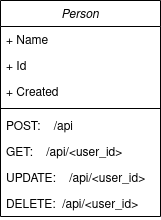
Above: HNGx2UML.drawio.png in phurhard/HNGx2 (draw.io), before the change. Source tidied: cells renumbered, new cells last; positions are measured from the earlier drawing's top-left corner, leaving out a move shared by most shapes.
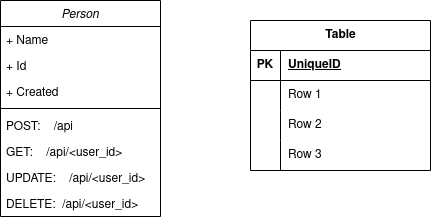
The same file after the commit.

Diff of the diagram source:
```diff
@@ -29,5 +29,44 @@
     <mxCell id="10" value="DELETE:  /api/&lt;user_id&gt;" style="text;align=left;verticalAlign=top;spacingLeft=4;spacingRight=4;overflow=hidden;" parent="2" vertex="1">
       <mxGeometry y="190" width="160" height="26" as="geometry" />
     </mxCell>
+    <mxCell id="11" value="Table" style="shape=table;startSize=30;rowLines=0;fontStyle=1;align=center;html=1;" parent="1" vertex="1">
+      <mxGeometry x="250" y="20" width="180" height="150" as="geometry" />
+    </mxCell>
+    <mxCell id="12" style="shape=tableRow;horizontal=0;startSize=0;swimlaneHead=0;swimlaneBody=0;fillColor=none;top=0;left=0;right=0;bottom=1;" parent="11" vertex="1">
+      <mxGeometry y="30" width="180" height="30" as="geometry" />
+    </mxCell>
+    <mxCell id="13" value="PK" style="shape=partialRectangle;fillColor=none;top=0;left=0;bottom=0;right=0;fontStyle=1;overflow=hidden;whiteSpace=wrap;html=1;" parent="12" vertex="1">
+      <mxGeometry width="30" height="30" as="geometry" />
+    </mxCell>
+    <mxCell id="14" value="UniqueID" style="shape=partialRectangle;fillColor=none;top=0;left=0;bottom=0;right=0;align=left;spacingLeft=6;fontStyle=5;overflow=hidden;whiteSpace=wrap;html=1;" parent="12" vertex="1">
+      <mxGeometry x="30" width="150" height="30" as="geometry" />
+    </mxCell>
+    <mxCell id="15" style="shape=tableRow;horizontal=0;startSize=0;swimlaneHead=0;swimlaneBody=0;fillColor=none;top=0;left=0;right=0;bottom=0;" parent="11" vertex="1">
+      <mxGeometry y="60" width="180" height="30" as="geometry" />
+    </mxCell>
+    <mxCell id="16" style="shape=partialRectangle;fillColor=none;top=0;left=0;bottom=0;right=0;overflow=hidden;whiteSpace=wrap;html=1;" parent="15" vertex="1">
+      <mxGeometry width="30" height="30" as="geometry" />
+    </mxCell>
+    <mxCell id="17" value="Row 1" style="shape=partialRectangle;fillColor=none;top=0;left=0;bottom=0;right=0;align=left;spacingLeft=6;overflow=hidden;whiteSpace=wrap;html=1;" parent="15" vertex="1">
+      <mxGeometry x="30" width="150" height="30" as="geometry" />
+    </mxCell>
+    <mxCell id="18" style="shape=tableRow;horizontal=0;startSize=0;swimlaneHead=0;swimlaneBody=0;fillColor=none;top=0;left=0;right=0;bottom=0;" parent="11" vertex="1">
+      <mxGeometry y="90" width="180" height="30" as="geometry" />
+    </mxCell>
+    <mxCell id="19" style="shape=partialRectangle;fillColor=none;top=0;left=0;bottom=0;right=0;overflow=hidden;whiteSpace=wrap;html=1;" parent="18" vertex="1">
+      <mxGeometry width="30" height="30" as="geometry" />
+    </mxCell>
+    <mxCell id="20" value="Row 2" style="shape=partialRectangle;fillColor=none;top=0;left=0;bottom=0;right=0;align=left;spacingLeft=6;overflow=hidden;whiteSpace=wrap;html=1;" parent="18" vertex="1">
+      <mxGeometry x="30" width="150" height="30" as="geometry" />
+    </mxCell>
+    <mxCell id="21" style="shape=tableRow;horizontal=0;startSize=0;swimlaneHead=0;swimlaneBody=0;fillColor=none;top=0;left=0;right=0;bottom=0;" parent="11" vertex="1">
+      <mxGeometry y="120" width="180" height="30" as="geometry" />
+    </mxCell>
+    <mxCell id="22" style="shape=partialRectangle;fillColor=none;top=0;left=0;bottom=0;right=0;overflow=hidden;whiteSpace=wrap;html=1;" parent="21" vertex="1">
+      <mxGeometry width="30" height="30" as="geometry" />
+    </mxCell>
+    <mxCell id="23" value="Row 3" style="shape=partialRectangle;fillColor=none;top=0;left=0;bottom=0;right=0;align=left;spacingLeft=6;overflow=hidden;whiteSpace=wrap;html=1;" parent="21" vertex="1">
+      <mxGeometry x="30" width="150" height="30" as="geometry" />
+    </mxCell>
   </root>
 </mxGraphModel>
```
